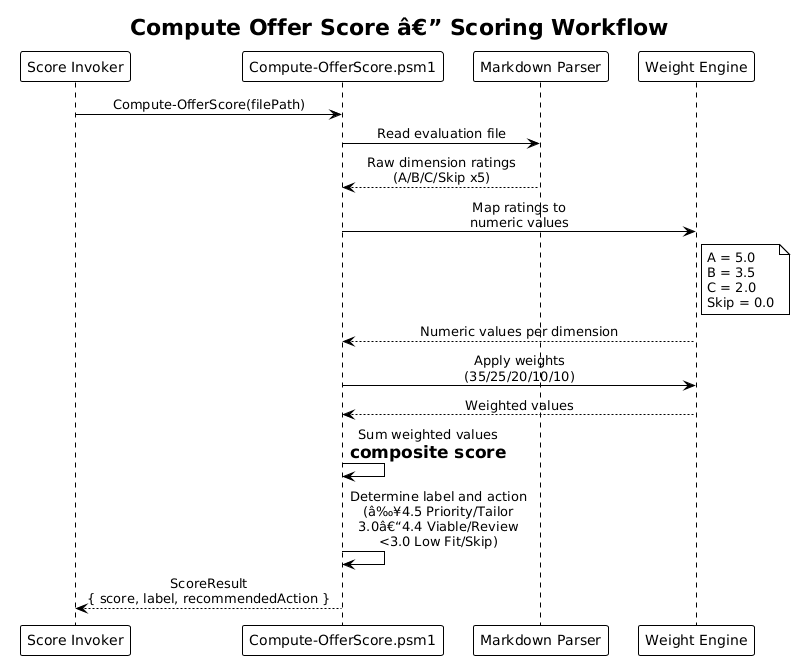
QuinntyneBrown/Orbit keeps this PlantUML diagram as docs/detailed-designs/04-offer-evaluation/diagrams/sequence_compute_score.png. Above is the earlier version. The source it was exported from:
```plantuml
@startuml
!theme plain
skinparam sequenceMessageAlign center

title Compute Offer Score â€” Scoring Workflow

participant "Score Invoker" as invoker
participant "Compute-OfferScore.psm1" as scorer
participant "Markdown Parser" as parser
participant "Weight Engine" as engine

invoker -> scorer : Compute-OfferScore(filePath)
scorer -> parser : Read evaluation file
parser --> scorer : Raw dimension ratings\n(A/B/C/Skip x5)
scorer -> engine : Map ratings to\nnumeric values
note right of engine
  A = 5.0
  B = 3.5
  C = 2.0
  Skip = 0.0
end note
engine --> scorer : Numeric values per dimension
scorer -> engine : Apply weights\n(35/25/20/10/10)
engine --> scorer : Weighted values
scorer -> scorer : Sum weighted values\n= composite score
scorer -> scorer : Determine label and action\n(â‰¥4.5 Priority/Tailor\n3.0â€“4.4 Viable/Review\n<3.0 Low Fit/Skip)
scorer --> invoker : ScoreResult\n{ score, label, recommendedAction }
@enduml
```
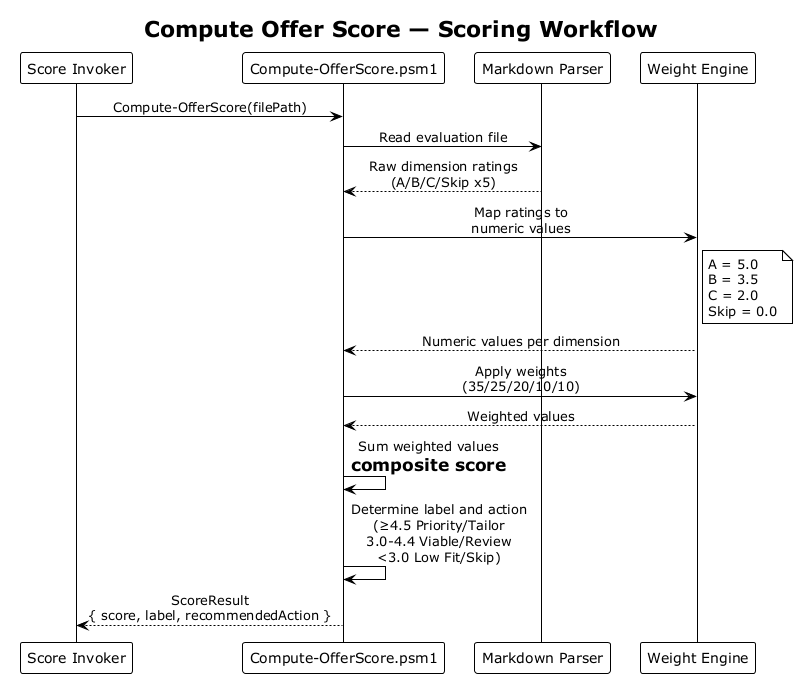
Later version of the same file.

Diff of the diagram source:
```diff
@@ -1,8 +1,8 @@
-@startuml
+@startuml sequence_compute_score
 !theme plain
 skinparam sequenceMessageAlign center
 
-title Compute Offer Score â€” Scoring Workflow
+title Compute Offer Score — Scoring Workflow
 
 participant "Score Invoker" as invoker
 participant "Compute-OfferScore.psm1" as scorer
@@ -23,6 +23,7 @@
 scorer -> engine : Apply weights\n(35/25/20/10/10)
 engine --> scorer : Weighted values
 scorer -> scorer : Sum weighted values\n= composite score
-scorer -> scorer : Determine label and action\n(â‰¥4.5 Priority/Tailor\n3.0â€“4.4 Viable/Review\n<3.0 Low Fit/Skip)
+scorer -> scorer : Determine label and action\n(≥4.5 Priority/Tailor\n3.0-4.4 Viable/Review\n<3.0 Low Fit/Skip)
 scorer --> invoker : ScoreResult\n{ score, label, recommendedAction }
+
 @enduml
```
